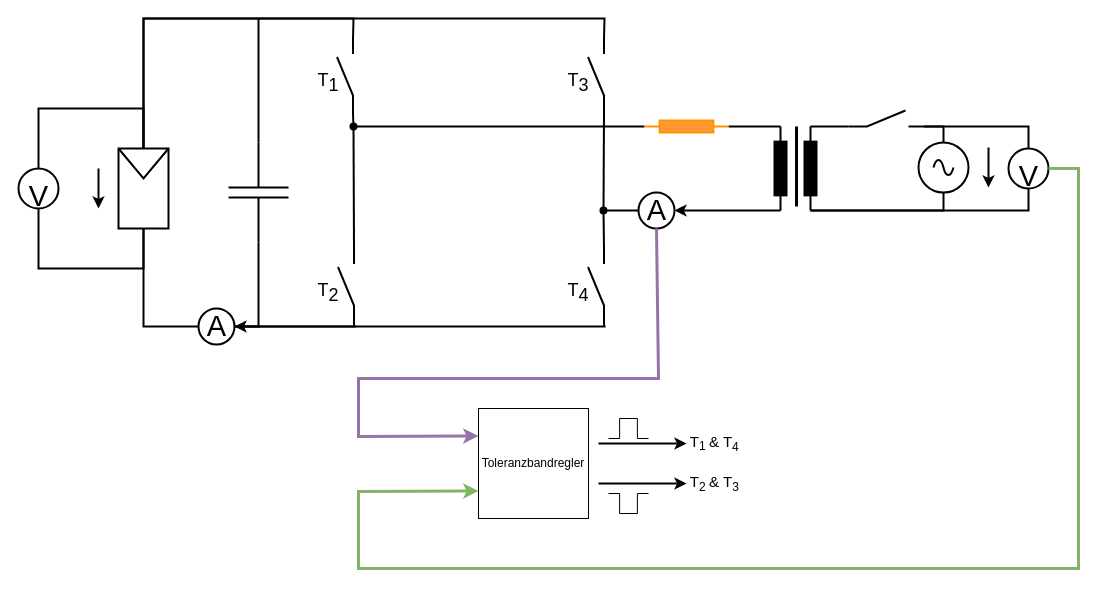
Lostqw1/Funfun keeps this draw.io diagram as DarstellungRegelung.drawio. Above is the earlier version. Source tidied: cells renumbered, new cells numbered last; positions are measured from the earlier drawing's top-left corner, leaving out a move shared by most shapes. Both pictures are drawn from the tidied source at 100%, with x=0, y=0 at pixel (18, 18).
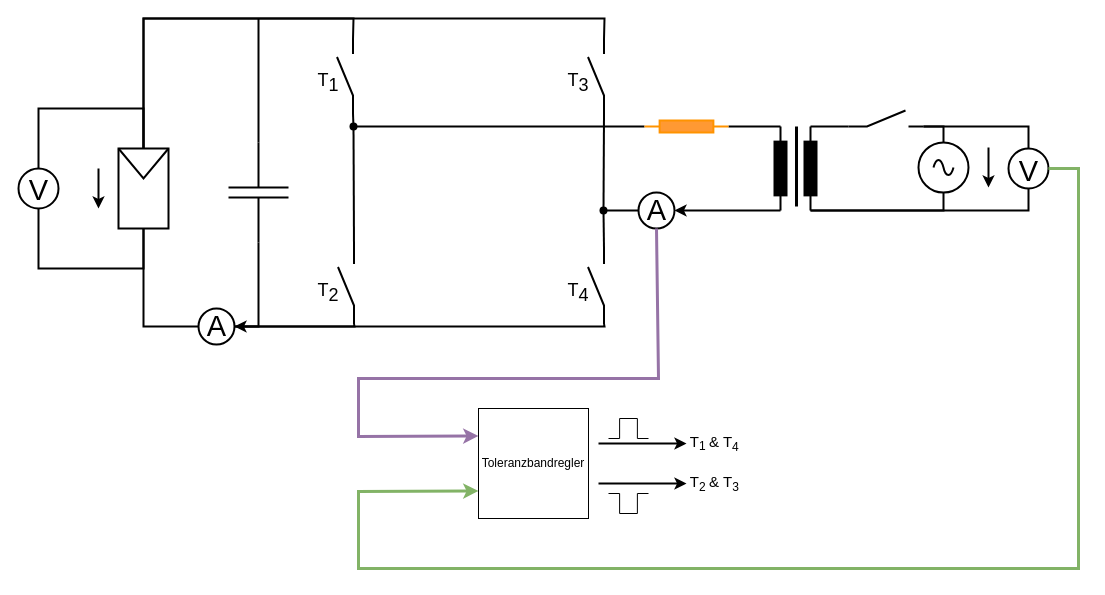
The same diagram, later.

Diff of the diagram source:
```diff
@@
-    <mxCell id="17" value="&lt;font style=&quot;font-size: 29px;&quot;&gt;V&lt;/font&gt;" style="verticalLabelPosition=middle;shadow=0;dashed=0;align=center;html=1;verticalAlign=middle;strokeWidth=2;shape=ellipse;fontSize=50;" parent="1" vertex="1">
+    <mxCell id="17" value="&lt;font style=&quot;font-size: 29px;&quot;&gt;V&lt;/font&gt;" style="verticalLabelPosition=middle;shadow=0;dashed=0;align=center;html=1;verticalAlign=middle;strokeWidth=2;shape=ellipse;fontSize=50;spacingTop=0;spacingBottom=12;" parent="1" vertex="1">
       <mxGeometry y="150" width="40" height="40" as="geometry" />
     </mxCell>
-    <mxCell id="18" value="&lt;font style=&quot;font-size: 29px;&quot;&gt;V&lt;/font&gt;" style="verticalLabelPosition=middle;shadow=0;dashed=0;align=center;html=1;verticalAlign=middle;strokeWidth=2;shape=ellipse;fontSize=50;" parent="1" vertex="1">
+    <mxCell id="18" value="&lt;font style=&quot;font-size: 29px;&quot;&gt;V&lt;/font&gt;" style="verticalLabelPosition=middle;shadow=0;dashed=0;align=center;html=1;verticalAlign=middle;strokeWidth=2;shape=ellipse;fontSize=50;spacingBottom=11;" parent="1" vertex="1">
       <mxGeometry x="990" y="130" width="40" height="40" as="geometry" />
     </mxCell>
```
